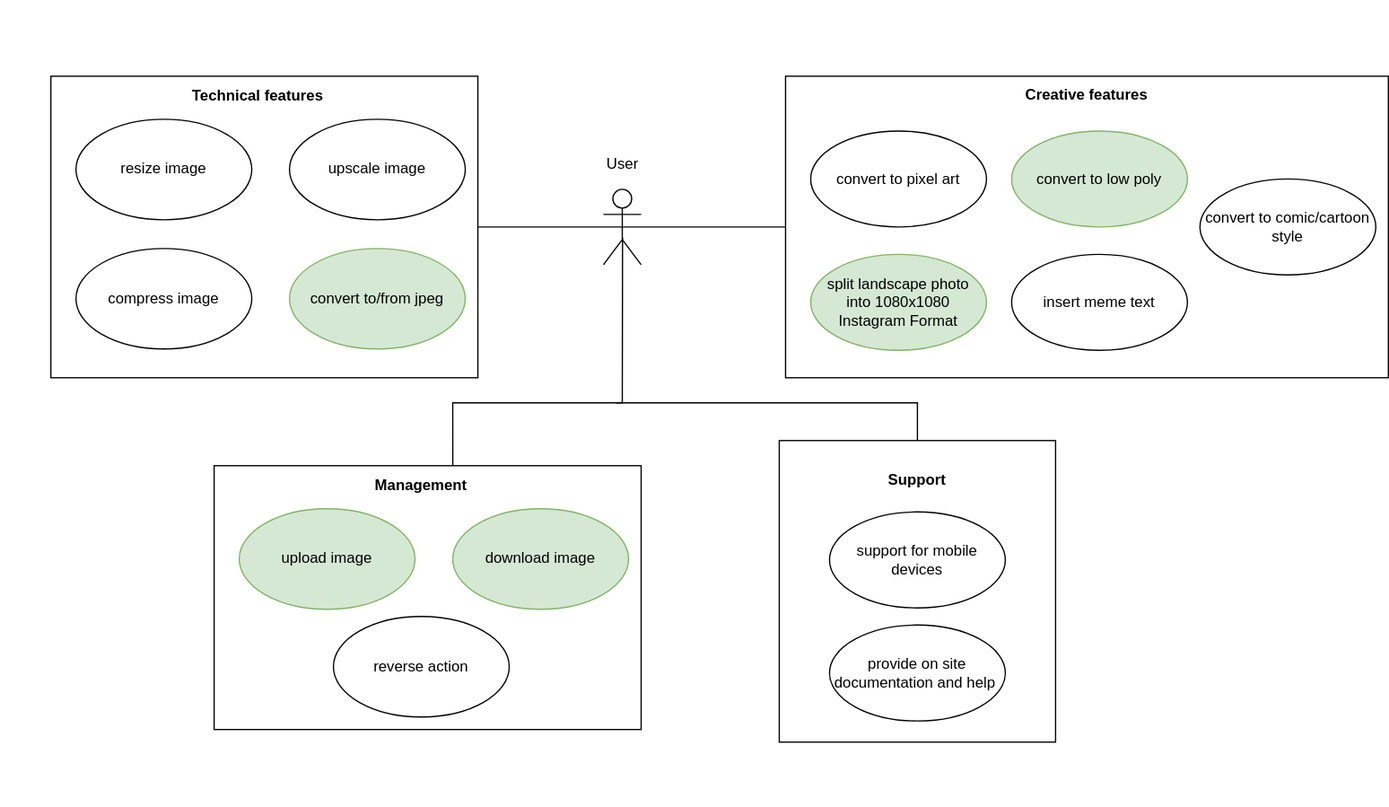
This is ucd/ucd-srs.drawio.svg from se-pixs/docs, a draw.io export, as it was before one commit. Source tidied: cells renumbered, new cells last; positions are measured from the earlier drawing's top-left corner, leaving out a move shared by most shapes. Its diagram source:
```xml
<mxGraphModel>
  <root>
    <mxCell id="0" />
    <mxCell id="1" parent="0" />
    <mxCell id="2" style="group;" parent="1" vertex="1">
      <mxGeometry x="40" y="60" width="1060" height="240" as="geometry" />
    </mxCell>
    <mxCell id="3" style="shape=umlActor;verticalLabelPosition=bottom;verticalAlign=top;html=1;" parent="2" vertex="1">
      <mxGeometry x="440" y="90" width="30" height="60" as="geometry" />
    </mxCell>
    <mxCell id="4" style="group;" parent="2" vertex="1">
      <mxGeometry x="585" width="480" height="240" as="geometry" />
    </mxCell>
    <mxCell id="5" style="html=1;" parent="4" vertex="1">
      <mxGeometry width="480" height="240" as="geometry" />
    </mxCell>
    <mxCell id="6" value="split landscape photo&lt;br&gt;into 1080x1080 Instagram Format" style="ellipse;whiteSpace=wrap;html=1;fillColor=#d5e8d4;strokeColor=#82b366;" parent="4" vertex="1">
      <mxGeometry x="20" y="141.8" width="140" height="76.4" as="geometry" />
    </mxCell>
    <mxCell id="7" value="insert meme text" style="ellipse;whiteSpace=wrap;html=1;" parent="4" vertex="1">
      <mxGeometry x="180" y="141.8" width="140" height="76.4" as="geometry" />
    </mxCell>
    <mxCell id="8" value="convert to pixel art" style="ellipse;whiteSpace=wrap;html=1;" parent="4" vertex="1">
      <mxGeometry x="20" y="43.6" width="140" height="76.4" as="geometry" />
    </mxCell>
    <mxCell id="9" value="convert to low poly" style="ellipse;whiteSpace=wrap;html=1;fillColor=#d5e8d4;strokeColor=#82b366;" parent="4" vertex="1">
      <mxGeometry x="180" y="43.6" width="140" height="76.4" as="geometry" />
    </mxCell>
    <mxCell id="10" value="Creative features" style="text;align=center;fontStyle=1;verticalAlign=middle;spacingLeft=3;spacingRight=3;strokeColor=none;" parent="4" vertex="1">
      <mxGeometry x="200" width="80" height="28.4" as="geometry" />
    </mxCell>
    <mxCell id="11" value="convert to comic/cartoon style" style="ellipse;whiteSpace=wrap;html=1;" parent="4" vertex="1">
      <mxGeometry x="330" y="81.8" width="140" height="76.4" as="geometry" />
    </mxCell>
    <mxCell id="12" style="group;" parent="2" vertex="1">
      <mxGeometry width="340" height="240" as="geometry" />
    </mxCell>
    <mxCell id="13" style="html=1;" parent="12" vertex="1">
      <mxGeometry width="340" height="240" as="geometry" />
    </mxCell>
    <mxCell id="14" value="resize image" style="ellipse;whiteSpace=wrap;html=1;" parent="12" vertex="1">
      <mxGeometry x="20" y="34.3" width="140" height="80" as="geometry" />
    </mxCell>
    <mxCell id="15" value="compress image" style="ellipse;whiteSpace=wrap;html=1;" parent="12" vertex="1">
      <mxGeometry x="20" y="137.1" width="140" height="80" as="geometry" />
    </mxCell>
    <mxCell id="16" value="convert to/from jpeg" style="ellipse;whiteSpace=wrap;html=1;fillColor=#d5e8d4;strokeColor=#82b366;" parent="12" vertex="1">
      <mxGeometry x="190" y="137.1" width="140" height="80" as="geometry" />
    </mxCell>
    <mxCell id="17" value="upscale image" style="ellipse;whiteSpace=wrap;html=1;" parent="12" vertex="1">
      <mxGeometry x="190" y="34.3" width="140" height="80" as="geometry" />
    </mxCell>
    <mxCell id="18" value="Technical features" style="text;align=center;fontStyle=1;verticalAlign=middle;spacingLeft=3;spacingRight=3;strokeColor=none;" parent="12" vertex="1">
      <mxGeometry x="125" width="80" height="29.7" as="geometry" />
    </mxCell>
    <mxCell id="19" style="endArrow=none;html=1;edgeStyle=orthogonalEdgeStyle;rounded=0;entryX=0;entryY=0.5;entryDx=0;entryDy=0;exitX=0.5;exitY=0.5;exitDx=0;exitDy=0;exitPerimeter=0;" parent="2" edge="1" source="3" target="5">
      <mxGeometry relative="1" as="geometry" />
    </mxCell>
    <mxCell id="20" value="&amp;nbsp;" style="edgeLabel;html=1;align=left;verticalAlign=bottom;" parent="19" vertex="1">
      <mxGeometry x="-1" relative="1" as="geometry">
        <mxPoint x="15" y="20" as="offset" />
      </mxGeometry>
    </mxCell>
    <mxCell id="21" style="endArrow=none;html=1;edgeStyle=orthogonalEdgeStyle;rounded=0;entryX=1;entryY=0.5;entryDx=0;entryDy=0;exitX=0.5;exitY=0.5;exitDx=0;exitDy=0;exitPerimeter=0;" parent="2" edge="1" source="3" target="13">
      <mxGeometry relative="1" as="geometry">
        <Array as="points">
          <mxPoint x="400" y="120" />
          <mxPoint x="400" y="120" />
        </Array>
      </mxGeometry>
    </mxCell>
    <mxCell id="22" value="User" style="text;html=1;align=center;verticalAlign=middle;strokeColor=none;fillColor=none;" parent="2" vertex="1">
      <mxGeometry x="435" y="60" width="40" height="20" as="geometry" />
    </mxCell>
    <mxCell id="23" style="group;" parent="1" vertex="1">
      <mxGeometry y="370" width="510" height="240" as="geometry" />
    </mxCell>
    <mxCell id="24" style="group;" parent="23" vertex="1">
      <mxGeometry x="170" width="340" height="210" as="geometry" />
    </mxCell>
    <mxCell id="25" style="html=1;" parent="24" vertex="1">
      <mxGeometry width="340" height="210" as="geometry" />
    </mxCell>
    <mxCell id="26" value="upload image" style="ellipse;whiteSpace=wrap;html=1;fillColor=#d5e8d4;strokeColor=#82b366;" parent="24" vertex="1">
      <mxGeometry x="20" y="34.3" width="140" height="80" as="geometry" />
    </mxCell>
    <mxCell id="27" value="download image" style="ellipse;whiteSpace=wrap;html=1;fillColor=#d5e8d4;strokeColor=#82b366;" parent="24" vertex="1">
      <mxGeometry x="190" y="34.3" width="140" height="80" as="geometry" />
    </mxCell>
    <mxCell id="28" value="Management" style="text;align=center;fontStyle=1;verticalAlign=middle;spacingLeft=3;spacingRight=3;strokeColor=none;points=[[0,0.5],[1,0.5]];portConstraint=eastwest;" parent="24" vertex="1">
      <mxGeometry x="125" width="80" height="29.7" as="geometry" />
    </mxCell>
    <mxCell id="29" value="reverse action" style="ellipse;whiteSpace=wrap;html=1;" parent="24" vertex="1">
      <mxGeometry x="95" y="120" width="140" height="80" as="geometry" />
    </mxCell>
    <mxCell id="30" style="group;" parent="1" vertex="1">
      <mxGeometry x="620" y="350" width="480" height="240" as="geometry" />
    </mxCell>
    <mxCell id="31" style="html=1;" parent="30" vertex="1">
      <mxGeometry width="220" height="240" as="geometry" />
    </mxCell>
    <mxCell id="32" value="Support" style="text;align=center;fontStyle=1;verticalAlign=middle;spacingLeft=3;spacingRight=3;strokeColor=none;" parent="30" vertex="1">
      <mxGeometry x="70" y="16.8" width="80" height="28.4" as="geometry" />
    </mxCell>
    <mxCell id="33" value="support for mobile devices" style="ellipse;whiteSpace=wrap;html=1;" parent="30" vertex="1">
      <mxGeometry x="40" y="56.8" width="140" height="76.4" as="geometry" />
    </mxCell>
    <mxCell id="34" value="provide on site documentation and help&amp;nbsp;" style="ellipse;whiteSpace=wrap;html=1;" parent="30" vertex="1">
      <mxGeometry x="40" y="146.8" width="140" height="76.4" as="geometry" />
    </mxCell>
    <mxCell id="35" style="endArrow=none;html=1;rounded=0;entryX=0.507;entryY=0.643;entryDx=0;entryDy=0;entryPerimeter=0;exitX=0.813;exitY=-0.02;exitDx=0;exitDy=0;exitPerimeter=0;" parent="1" edge="1" source="28" target="3">
      <mxGeometry relative="1" as="geometry">
        <Array as="points">
          <mxPoint x="360" y="320" />
          <mxPoint x="495" y="320" />
        </Array>
      </mxGeometry>
    </mxCell>
    <mxCell id="36" style="endArrow=none;html=1;rounded=0;entryX=0.5;entryY=0;entryDx=0;entryDy=0;" parent="1" edge="1" target="31">
      <mxGeometry relative="1" as="geometry">
        <mxPoint x="490" y="320" as="sourcePoint" />
        <Array as="points">
          <mxPoint x="730" y="320" />
        </Array>
      </mxGeometry>
    </mxCell>
    <mxCell id="37" style="endArrow=none;html=1;rounded=0;" parent="1" edge="1">
      <mxGeometry relative="1" as="geometry">
        <mxPoint x="530" as="sourcePoint" />
        <mxPoint x="530" as="targetPoint" />
      </mxGeometry>
    </mxCell>
    <mxCell id="38" style="endArrow=none;html=1;rounded=0;" parent="1" edge="1">
      <mxGeometry relative="1" as="geometry">
        <mxPoint x="560" y="640" as="sourcePoint" />
        <mxPoint x="560" y="640" as="targetPoint" />
      </mxGeometry>
    </mxCell>
  </root>
</mxGraphModel>
```
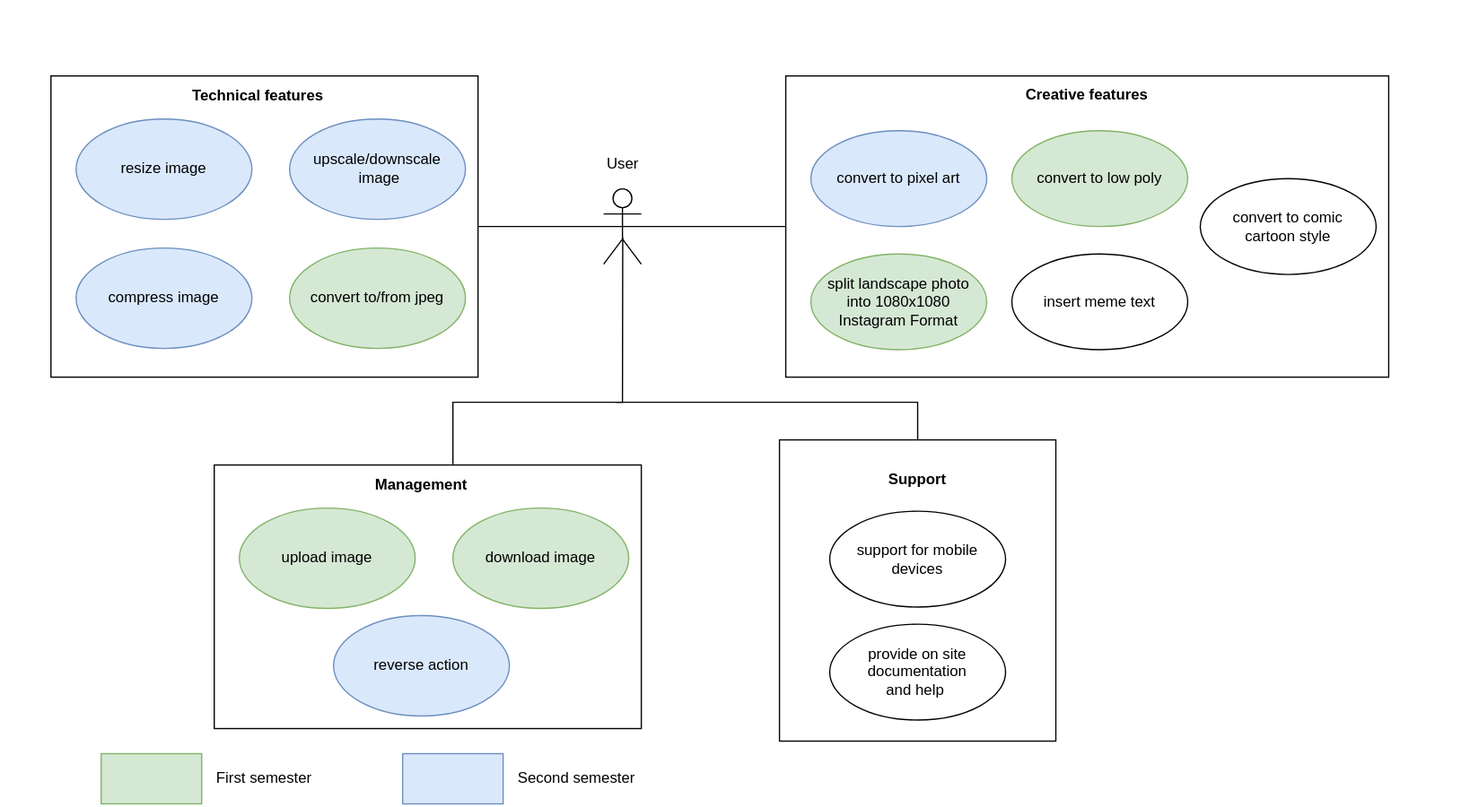
The same diagram one commit later.

Commit message:
Feat: added scope for 2nd sem to UCD

Diff of the diagram source:
```diff
@@ -20,7 +20,7 @@
     <mxCell id="7" value="insert meme text" style="ellipse;whiteSpace=wrap;html=1;" parent="4" vertex="1">
       <mxGeometry x="180" y="141.8" width="140" height="76.4" as="geometry" />
     </mxCell>
-    <mxCell id="8" value="convert to pixel art" style="ellipse;whiteSpace=wrap;html=1;" parent="4" vertex="1">
+    <mxCell id="8" value="convert to pixel art" style="ellipse;whiteSpace=wrap;html=1;fillColor=#dae8fc;strokeColor=#6c8ebf;" parent="4" vertex="1">
       <mxGeometry x="20" y="43.6" width="140" height="76.4" as="geometry" />
     </mxCell>
     <mxCell id="9" value="convert to low poly" style="ellipse;whiteSpace=wrap;html=1;fillColor=#d5e8d4;strokeColor=#82b366;" parent="4" vertex="1">
@@ -29,7 +29,7 @@
     <mxCell id="10" value="Creative features" style="text;align=center;fontStyle=1;verticalAlign=middle;spacingLeft=3;spacingRight=3;strokeColor=none;" parent="4" vertex="1">
       <mxGeometry x="200" width="80" height="28.4" as="geometry" />
     </mxCell>
-    <mxCell id="11" value="convert to comic/cartoon style" style="ellipse;whiteSpace=wrap;html=1;" parent="4" vertex="1">
+    <mxCell id="11" value="convert to comic&lt;br&gt;cartoon style" style="ellipse;whiteSpace=wrap;html=1;" parent="4" vertex="1">
       <mxGeometry x="330" y="81.8" width="140" height="76.4" as="geometry" />
     </mxCell>
     <mxCell id="12" style="group;" parent="2" vertex="1">
@@ -38,16 +38,16 @@
     <mxCell id="13" style="html=1;" parent="12" vertex="1">
       <mxGeometry width="340" height="240" as="geometry" />
     </mxCell>
-    <mxCell id="14" value="resize image" style="ellipse;whiteSpace=wrap;html=1;" parent="12" vertex="1">
+    <mxCell id="14" value="resize image" style="ellipse;whiteSpace=wrap;html=1;fillColor=#dae8fc;strokeColor=#6c8ebf;" parent="12" vertex="1">
       <mxGeometry x="20" y="34.3" width="140" height="80" as="geometry" />
     </mxCell>
-    <mxCell id="15" value="compress image" style="ellipse;whiteSpace=wrap;html=1;" parent="12" vertex="1">
+    <mxCell id="15" value="compress image" style="ellipse;whiteSpace=wrap;html=1;fillColor=#dae8fc;strokeColor=#6c8ebf;" parent="12" vertex="1">
       <mxGeometry x="20" y="137.1" width="140" height="80" as="geometry" />
     </mxCell>
     <mxCell id="16" value="convert to/from jpeg" style="ellipse;whiteSpace=wrap;html=1;fillColor=#d5e8d4;strokeColor=#82b366;" parent="12" vertex="1">
       <mxGeometry x="190" y="137.1" width="140" height="80" as="geometry" />
     </mxCell>
-    <mxCell id="17" value="upscale image" style="ellipse;whiteSpace=wrap;html=1;" parent="12" vertex="1">
+    <mxCell id="17" value="upscale/downscale&lt;br&gt;&amp;nbsp;image" style="ellipse;whiteSpace=wrap;html=1;fillColor=#dae8fc;strokeColor=#6c8ebf;" parent="12" vertex="1">
       <mxGeometry x="190" y="34.3" width="140" height="80" as="geometry" />
     </mxCell>
     <mxCell id="18" value="Technical features" style="text;align=center;fontStyle=1;verticalAlign=middle;spacingLeft=3;spacingRight=3;strokeColor=none;" parent="12" vertex="1">
@@ -90,7 +90,7 @@
     <mxCell id="28" value="Management" style="text;align=center;fontStyle=1;verticalAlign=middle;spacingLeft=3;spacingRight=3;strokeColor=none;points=[[0,0.5],[1,0.5]];portConstraint=eastwest;" parent="24" vertex="1">
       <mxGeometry x="125" width="80" height="29.7" as="geometry" />
     </mxCell>
-    <mxCell id="29" value="reverse action" style="ellipse;whiteSpace=wrap;html=1;" parent="24" vertex="1">
+    <mxCell id="29" value="reverse action" style="ellipse;whiteSpace=wrap;html=1;fillColor=#dae8fc;strokeColor=#6c8ebf;" parent="24" vertex="1">
       <mxGeometry x="95" y="120" width="140" height="80" as="geometry" />
     </mxCell>
     <mxCell id="30" style="group;" parent="1" vertex="1">
@@ -105,7 +105,7 @@
     <mxCell id="33" value="support for mobile devices" style="ellipse;whiteSpace=wrap;html=1;" parent="30" vertex="1">
       <mxGeometry x="40" y="56.8" width="140" height="76.4" as="geometry" />
     </mxCell>
-    <mxCell id="34" value="provide on site documentation and help&amp;nbsp;" style="ellipse;whiteSpace=wrap;html=1;" parent="30" vertex="1">
+    <mxCell id="34" value="provide on site documentation &lt;br&gt;and help&amp;nbsp;" style="ellipse;whiteSpace=wrap;html=1;" parent="30" vertex="1">
       <mxGeometry x="40" y="146.8" width="140" height="76.4" as="geometry" />
     </mxCell>
     <mxCell id="35" style="endArrow=none;html=1;rounded=0;entryX=0.507;entryY=0.643;entryDx=0;entryDy=0;entryPerimeter=0;exitX=0.813;exitY=-0.02;exitDx=0;exitDy=0;exitPerimeter=0;" parent="1" edge="1" source="28" target="3">
@@ -136,5 +136,23 @@
         <mxPoint x="560" y="640" as="targetPoint" />
       </mxGeometry>
     </mxCell>
+    <mxCell id="39" style="endArrow=none;html=1;rounded=0;" parent="1" edge="1">
+      <mxGeometry relative="1" as="geometry">
+        <mxPoint x="1160" y="160" as="sourcePoint" />
+        <mxPoint x="1160" y="160" as="targetPoint" />
+      </mxGeometry>
+    </mxCell>
+    <mxCell id="40" style="rounded=0;whiteSpace=wrap;html=1;fillColor=#d5e8d4;strokeColor=#82b366;" parent="1" vertex="1">
+      <mxGeometry x="80" y="600" width="80" height="40" as="geometry" />
+    </mxCell>
+    <mxCell id="41" value="First semester" style="text;html=1;strokeColor=none;fillColor=none;align=left;verticalAlign=middle;whiteSpace=wrap;rounded=0;" parent="1" vertex="1">
+      <mxGeometry x="170" y="605" width="110" height="30" as="geometry" />
+    </mxCell>
+    <mxCell id="42" style="rounded=0;whiteSpace=wrap;html=1;fillColor=#dae8fc;strokeColor=#6c8ebf;" parent="1" vertex="1">
+      <mxGeometry x="320" y="600" width="80" height="40" as="geometry" />
+    </mxCell>
+    <mxCell id="43" value="Second semester" style="text;html=1;strokeColor=none;fillColor=none;align=left;verticalAlign=middle;whiteSpace=wrap;rounded=0;" parent="1" vertex="1">
+      <mxGeometry x="410" y="605" width="110" height="30" as="geometry" />
+    </mxCell>
   </root>
 </mxGraphModel>
```
